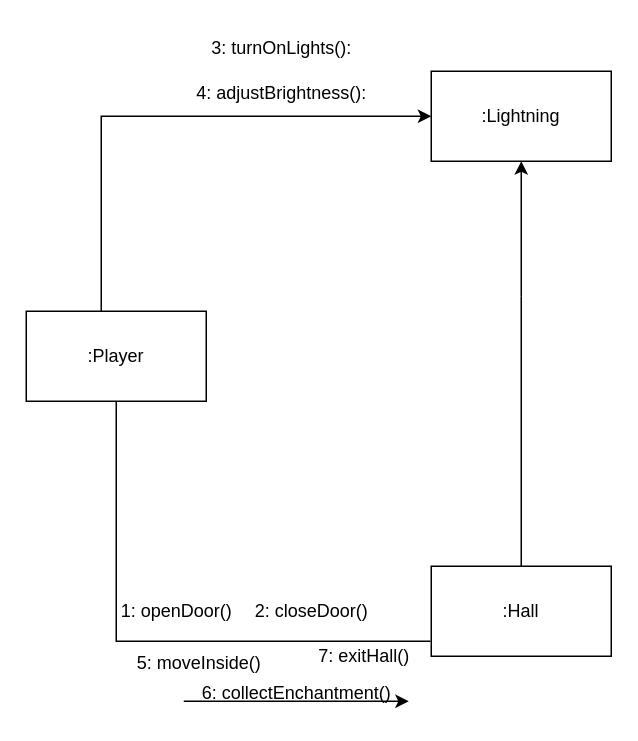
Earlier version of the draw.io diagram Interaction Diagrams/Communication/enterHall.drawio (zeynepyorulmaz/Rogue-Like). Source tidied: cells renumbered, new cells numbered last; positions are measured from the earlier drawing's top-left corner, leaving out a move shared by most shapes. Both pictures are drawn from the tidied source at 150%, with x=0, y=0 at pixel (26, 26).
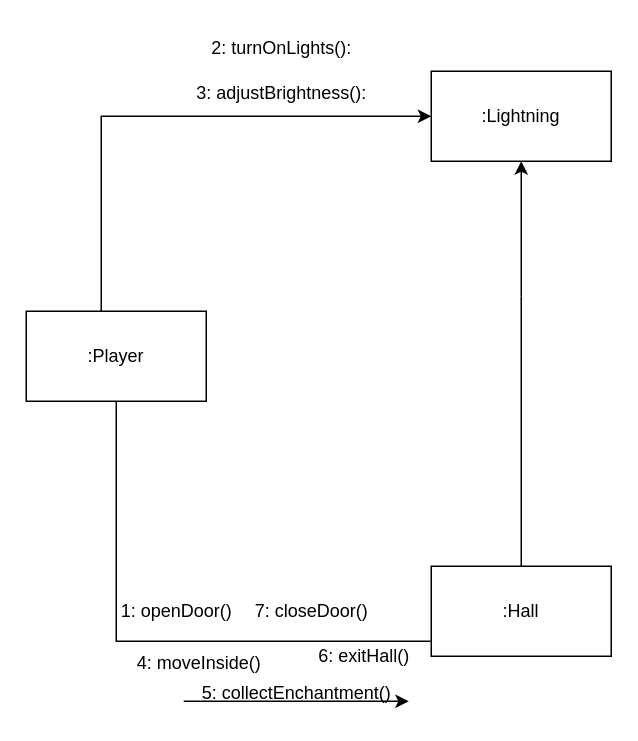
Above is the later version.

The edit, as a diff of the source:
```diff
@@
-    <mxCell id="9" value="3: turnOnLights():" style="text;html=1;align=center;verticalAlign=middle;strokeColor=none;fillColor=none;" parent="1" vertex="1">
+    <mxCell id="9" value="2: turnOnLights():" style="text;html=1;align=center;verticalAlign=middle;strokeColor=none;fillColor=none;" parent="1" vertex="1">
       <mxGeometry x="110" width="120" height="30" as="geometry" />
     </mxCell>
-    <mxCell id="10" value="4: adjustBrightness():" style="text;html=1;align=center;verticalAlign=middle;strokeColor=none;fillColor=none;" parent="1" vertex="1">
+    <mxCell id="10" value="3: adjustBrightness():" style="text;html=1;align=center;verticalAlign=middle;strokeColor=none;fillColor=none;" parent="1" vertex="1">
       <mxGeometry x="100" y="30" width="140" height="30" as="geometry" />
     </mxCell>
-    <mxCell id="11" value="7: exitHall()" style="text;html=1;align=center;verticalAlign=middle;strokeColor=none;fillColor=none;" parent="1" vertex="1">
+    <mxCell id="11" value="6: exitHall()" style="text;html=1;align=center;verticalAlign=middle;strokeColor=none;fillColor=none;" parent="1" vertex="1">
       <mxGeometry x="185" y="405" width="80" height="30" as="geometry" />
     </mxCell>
-    <mxCell id="12" value="5: moveInside()" style="text;html=1;align=center;verticalAlign=middle;strokeColor=none;fillColor=none;" parent="1" vertex="1">
+    <mxCell id="12" value="4: moveInside()" style="text;html=1;align=center;verticalAlign=middle;strokeColor=none;fillColor=none;" parent="1" vertex="1">
       <mxGeometry x="60" y="410" width="110" height="30" as="geometry" />
     </mxCell>
@@
-    <mxCell id="14" value="2: closeDoor()" style="text;html=1;align=center;verticalAlign=middle;strokeColor=none;fillColor=none;" parent="1" vertex="1">
+    <mxCell id="14" value="7: closeDoor()" style="text;html=1;align=center;verticalAlign=middle;strokeColor=none;fillColor=none;" parent="1" vertex="1">
       <mxGeometry x="140" y="375" width="100" height="30" as="geometry" />
     </mxCell>
-    <mxCell id="15" value="6: collectEnchantment()" style="text;html=1;align=center;verticalAlign=middle;strokeColor=none;fillColor=none;" parent="1" vertex="1">
+    <mxCell id="15" value="5: collectEnchantment()" style="text;html=1;align=center;verticalAlign=middle;strokeColor=none;fillColor=none;" parent="1" vertex="1">
       <mxGeometry x="105" y="430" width="150" height="30" as="geometry" />
     </mxCell>
```
